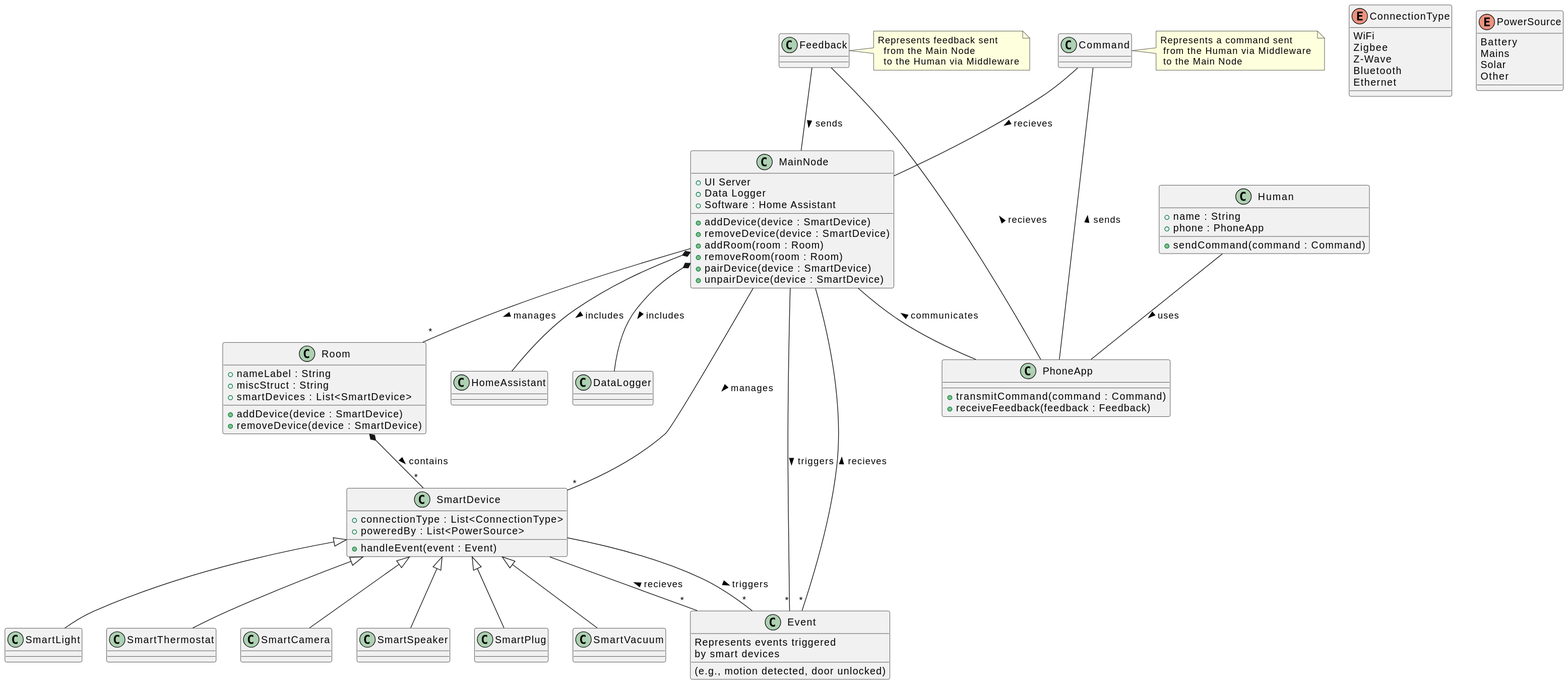
This is diagram.svg from OkunElya/UML-OOP, a PlantUML export, as it was before one commit.
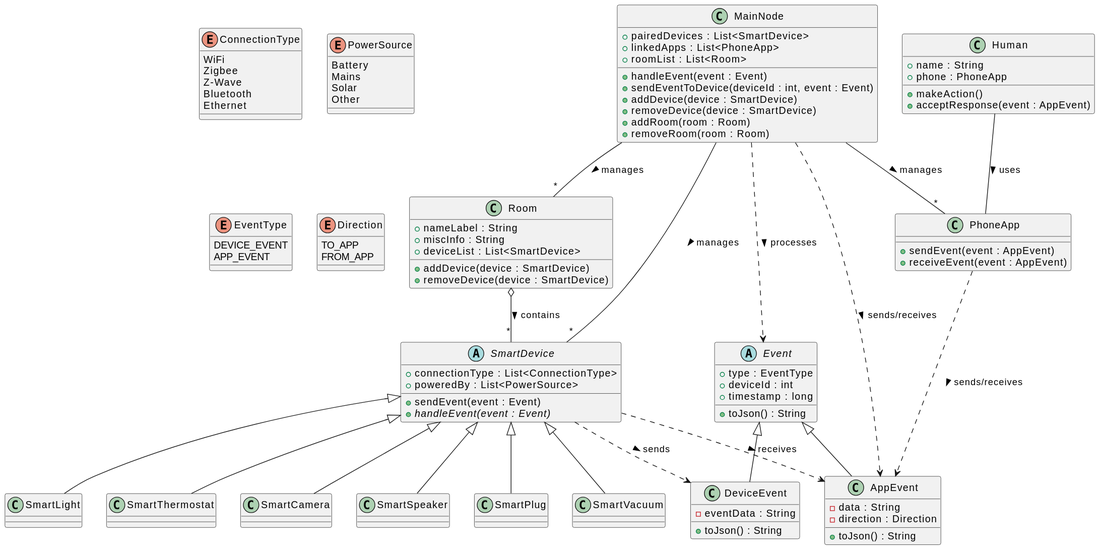
Later version of the same file.

What changed in the source:
```diff
@@ -15,31 +15,42 @@
     Other
 }
 
+enum EventType {
+    DEVICE_EVENT
+    APP_EVENT
+}
+
+enum Direction {
+    TO_APP
+    FROM_APP
+}
+
 
 class MainNode {
-    + UI Server
-    + Data Logger
-    + Software : Home Assistant
+    + handleEvent(event : Event)
+    + sendEventToDevice(deviceId : int, event : Event)
+    + pairedDevices : List<SmartDevice>
+    + linkedApps : List<PhoneApp>
+    + roomList : List<Room>
     + addDevice(device : SmartDevice)
     + removeDevice(device : SmartDevice)
     + addRoom(room : Room)
     + removeRoom(room : Room)
-    + pairDevice(device : SmartDevice)
-    + unpairDevice(device : SmartDevice)
 }
 
 class Room {
     + nameLabel : String
-    + miscStruct : String
-    + smartDevices : List<SmartDevice>
+    + miscInfo : String
+    + deviceList : List<SmartDevice>
     + addDevice(device : SmartDevice)
     + removeDevice(device : SmartDevice)
 }
 
-class SmartDevice {
+abstract class SmartDevice {
     + connectionType : List<ConnectionType>
     + poweredBy : List<PowerSource>
-    + handleEvent(event : Event)
+    + sendEvent(event : Event)
+    + {abstract} handleEvent(event : Event)
 }
 
 class SmartLight
@@ -49,53 +60,42 @@
 class SmartPlug
 class SmartVacuum
 
-class HomeAssistant {
-}
-
-class DataLogger {
-}
-
 class PhoneApp {
-    + transmitCommand(command : Command)
-    + receiveFeedback(feedback : Feedback)
+    + sendEvent(event : AppEvent)
+    + receiveEvent(event : AppEvent)
 }
 
 class Human {
     + name : String
     + phone : PhoneApp
-    + sendCommand(command : Command)
+    + makeAction()
+    + acceptResponse(event : AppEvent)
 }
 
-class Event {
-    Represents events triggered
-    by smart devices
-    (e.g., motion detected, door unlocked)
+abstract class Event {
+    + type : EventType
+    + deviceId : int
+    + timestamp : long
+    + toJson() : String
 }
 
-class Command {
+class DeviceEvent {
+    - eventData : String
+    + toJson() : String
 }
-note right of Command
-   Represents a command sent
-    from the Human via Middleware
-    to the Main Node
-end note
-class Feedback {
 
+class AppEvent {
+    - data : String
+    - direction : Direction
+    + toJson() : String
 }
-note right of Feedback
-   Represents feedback sent
-     from the Main Node
-     to the Human via Middleware
-end note
 
 
 MainNode -- "*" Room : manages >
 MainNode -- "*" SmartDevice : manages >
-MainNode *-- HomeAssistant : includes >
-MainNode *-- DataLogger : includes >
+MainNode -- "*" PhoneApp : manages >
 
-
-Room *-- "*" SmartDevice : contains >
+Room o-- "*" SmartDevice : contains >
 
 SmartDevice <|-- SmartLight
 SmartDevice <|-- SmartThermostat
@@ -104,17 +104,14 @@
 SmartDevice <|-- SmartPlug
 SmartDevice <|-- SmartVacuum
 
-SmartDevice -- "*" Event : triggers >
-MainNode-- "*" Event : triggers >
-
-SmartDevice -- "*" Event : recieves <
-MainNode-- "*" Event : recieves <
-
+Event <|-- DeviceEvent
+Event <|-- AppEvent
 
 Human -- PhoneApp : uses >
-PhoneApp --u MainNode : communicates >
-PhoneApp  -u- Feedback : recieves >
-PhoneApp  -u- Command : sends >
-MainNode  -u- Feedback : sends <
-MainNode  -u- Command : recieves <
+
+SmartDevice ..> DeviceEvent : sends >
+MainNode ..> Event : processes >
+PhoneApp ..> AppEvent : sends/receives >
+MainNode ..> AppEvent : sends/receives >
+SmartDevice ..> AppEvent : receives >
 @enduml
```
